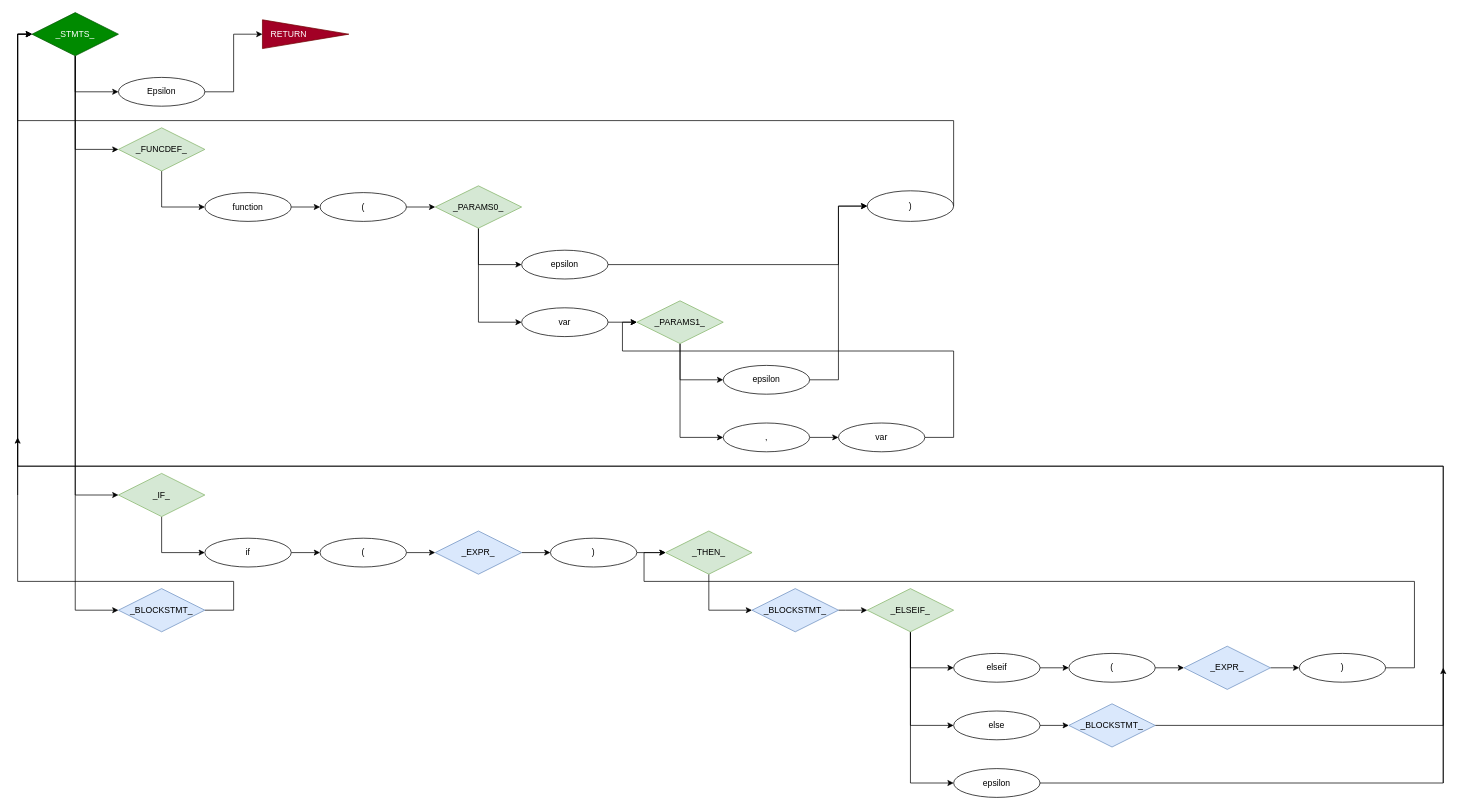
Earlier version of the draw.io diagram page "_STMTS_" (2 of 9) of CFG.drawio (ZacharyYGateley/Compiler). Source tidied: cells renumbered, new cells numbered last; positions are measured from the earlier drawing's top-left corner, leaving out a move shared by most shapes. Both pictures are drawn from the tidied source at 72%, with x=0, y=0 at pixel (17, 12).
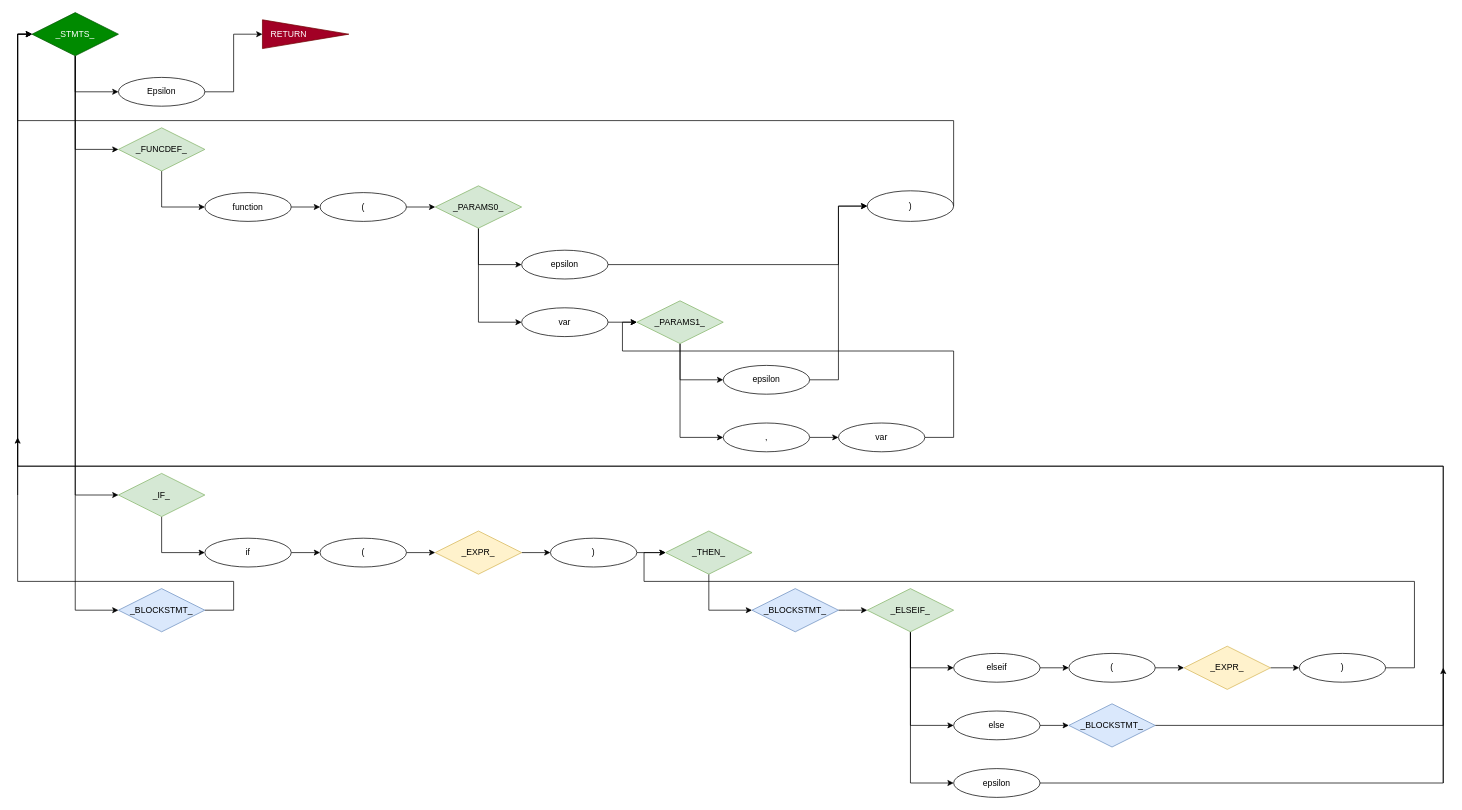
Above is the later version.

The edit, as a diff of the source:
```diff
@@
-    <mxCell id="29" value="_EXPR_" style="rhombus;whiteSpace=wrap;html=1;fillColor=#dae8fc;strokeColor=#6c8ebf;" parent="1" vertex="1">
+    <mxCell id="29" value="_EXPR_" style="rhombus;whiteSpace=wrap;html=1;fillColor=#fff2cc;strokeColor=#d6b656;" parent="1" vertex="1">
       <mxGeometry x="580" y="720" width="120" height="60" as="geometry" />
     </mxCell>
@@
-    <mxCell id="43" value="_EXPR_" style="rhombus;whiteSpace=wrap;html=1;fillColor=#dae8fc;strokeColor=#6c8ebf;" parent="1" vertex="1">
+    <mxCell id="43" value="_EXPR_" style="rhombus;whiteSpace=wrap;html=1;fillColor=#fff2cc;strokeColor=#d6b656;" parent="1" vertex="1">
       <mxGeometry x="1620" y="880" width="120" height="60" as="geometry" />
     </mxCell>
```
